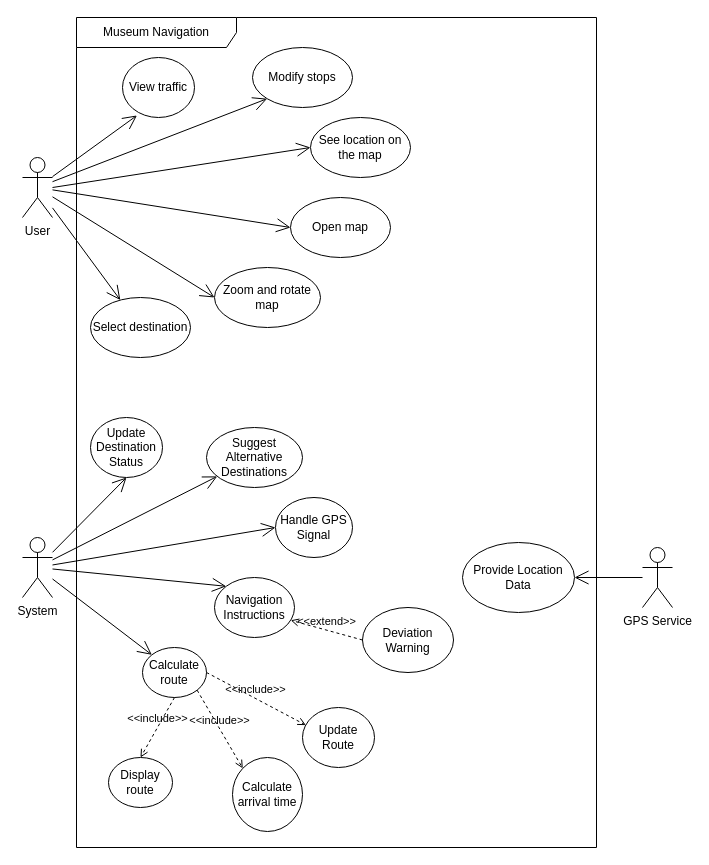
Before: Use Case Diagrams/Calculate-and-Display-Route.drawio in gsklaven/MusePath, a draw.io diagram. Source tidied: cells renumbered, new cells numbered last; positions are measured from the earlier drawing's top-left corner, leaving out a move shared by most shapes. Both pictures are drawn from the tidied source at 100%, with x=0, y=0 at pixel (22, 17).
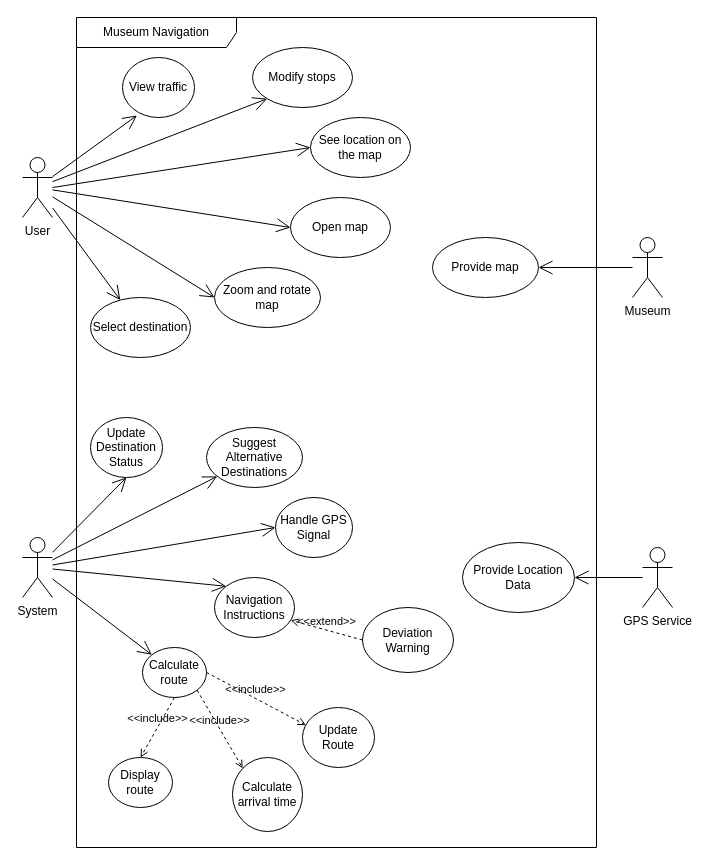
The same page after the edit.

The change refers to these unchanged cells:
```xml
<mxCell id="2" value="&lt;div&gt;Museum Navigation&lt;/div&gt;" style="shape=umlFrame;whiteSpace=wrap;html=1;width=160;" parent="1" vertex="1">
  <mxGeometry x="54" width="520" height="830" as="geometry" />
</mxCell>
```

Diff of the diagram source:
```diff
@@
+    <mxCell id="38" value="Provide map" style="ellipse;whiteSpace=wrap;html=1;" parent="2" vertex="1">
+      <mxGeometry x="356" y="220" width="106" height="60" as="geometry" />
+    </mxCell>
@@
+    <mxCell id="39" value="Museum" style="shape=umlActor;verticalLabelPosition=bottom;verticalAlign=top;html=1;outlineConnect=0;" parent="1" vertex="1">
+      <mxGeometry x="610" y="220" width="30" height="60" as="geometry" />
+    </mxCell>
+    <mxCell id="40" style="endArrow=open;endFill=1;endSize=12;html=1;rounded=0;entryX=1;entryY=0.5;entryDx=0;entryDy=0;" parent="1" edge="1" source="39" target="38">
+      <mxGeometry relative="1" as="geometry" />
+    </mxCell>
```
